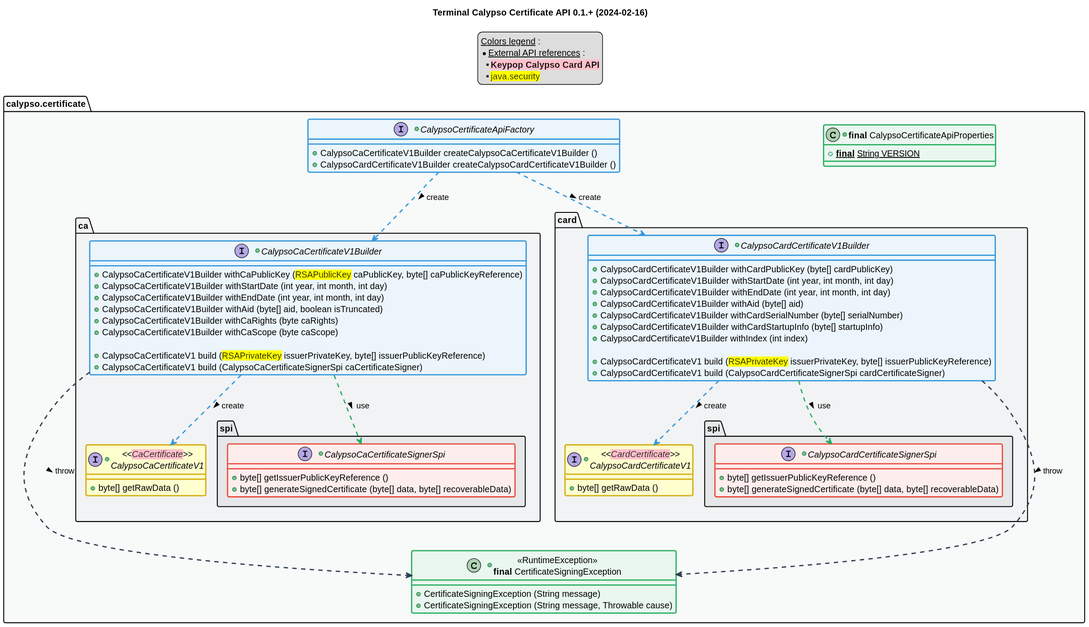
Before: 0.1.0-SNAPSHOT/api_class_diagram.svg, a diagram exported from PlantUML (calypsonet/calypsonet-terminal-calypso-certificate-uml-api).
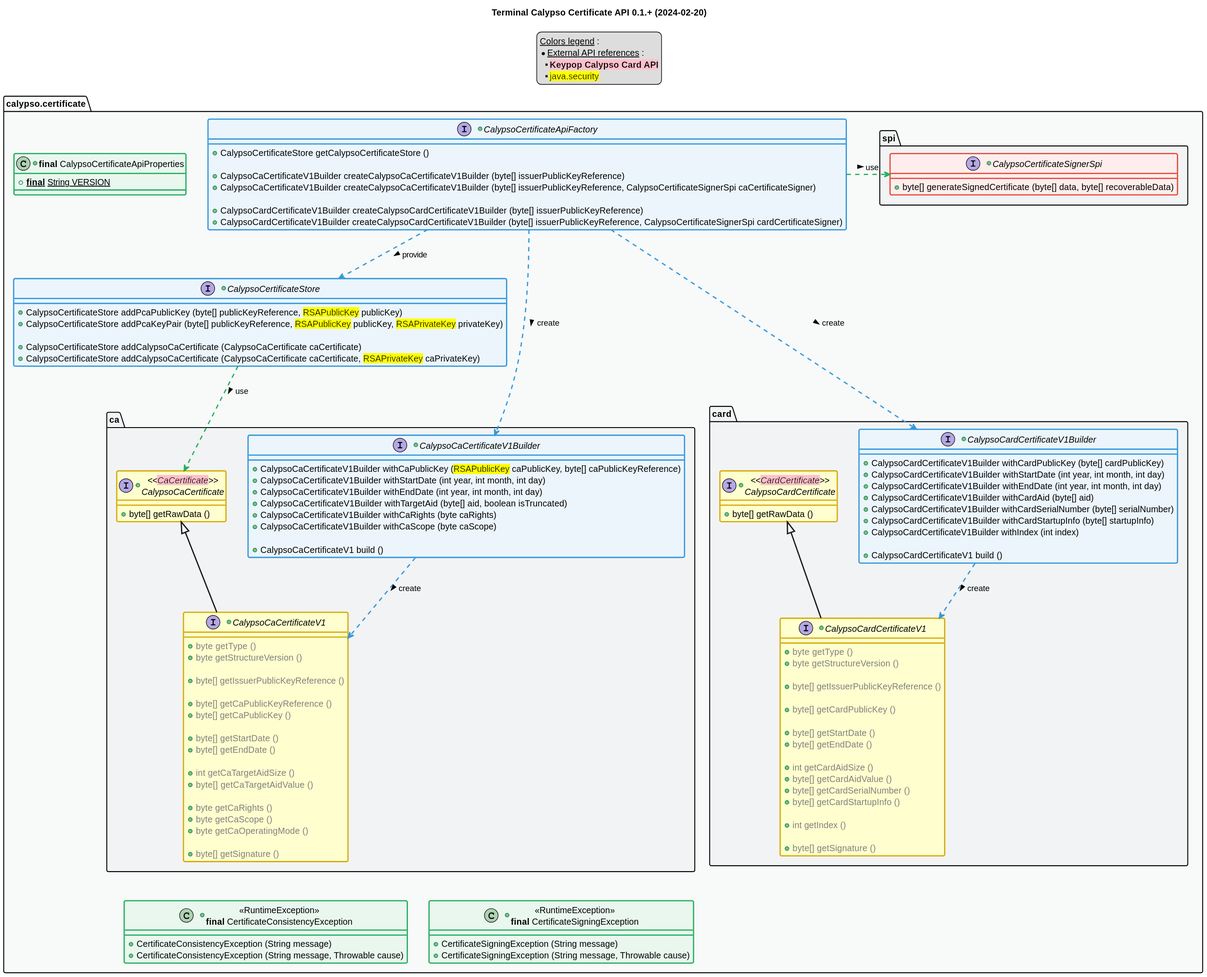
Later version of the same file.

Diff of the diagram source:
```diff
@@ -1,6 +1,6 @@
 @startuml
 title
-    Terminal Calypso Certificate API 0.1.+ (2024-02-16)
+    Terminal Calypso Certificate API 0.1.+ (2024-02-20)
 end title
 
 
@@ -53,29 +53,60 @@
         +{static} **final** String VERSION
     }
     +interface CalypsoCertificateApiFactory <<blue>> {
-        +CalypsoCaCertificateV1Builder createCalypsoCaCertificateV1Builder ()
-        +CalypsoCardCertificateV1Builder  createCalypsoCardCertificateV1Builder ()
+        +CalypsoCertificateStore getCalypsoCertificateStore ()
+
+        +CalypsoCaCertificateV1Builder createCalypsoCaCertificateV1Builder (byte[] issuerPublicKeyReference)
+        +CalypsoCaCertificateV1Builder createCalypsoCaCertificateV1Builder (byte[] issuerPublicKeyReference, CalypsoCertificateSignerSpi caCertificateSigner)
+
+        +CalypsoCardCertificateV1Builder  createCalypsoCardCertificateV1Builder (byte[] issuerPublicKeyReference)
+        +CalypsoCardCertificateV1Builder  createCalypsoCardCertificateV1Builder (byte[] issuerPublicKeyReference, CalypsoCertificateSignerSpi cardCertificateSigner)
+    }
+    +interface CalypsoCertificateStore <<blue>> {
+        +CalypsoCertificateStore addPcaPublicKey (byte[] publicKeyReference, <back:yellow>RSAPublicKey</back> publicKey)
+        +CalypsoCertificateStore addPcaKeyPair (byte[] publicKeyReference, <back:yellow>RSAPublicKey</back> publicKey, <back:yellow>RSAPrivateKey</back> privateKey)
+
+        +CalypsoCertificateStore addCalypsoCaCertificate (CalypsoCaCertificate caCertificate)
+        +CalypsoCertificateStore addCalypsoCaCertificate (CalypsoCaCertificate caCertificate, <back:yellow>RSAPrivateKey</back> caPrivateKey)
+    }
+    package "spi" as spi {
+        +interface CalypsoCertificateSignerSpi <<red>> {
+            +byte[] generateSignedCertificate (byte[] data, byte[] recoverableData)
+        }
     }
     package "ca" as ca {
         +interface CalypsoCaCertificateV1Builder <<blue>> {
             +CalypsoCaCertificateV1Builder withCaPublicKey (<back:yellow>RSAPublicKey</back> caPublicKey, byte[] caPublicKeyReference)
             +CalypsoCaCertificateV1Builder withStartDate (int year, int month, int day)
             +CalypsoCaCertificateV1Builder withEndDate (int year, int month, int day)
-            +CalypsoCaCertificateV1Builder withAid (byte[] aid, boolean isTruncated)
+            +CalypsoCaCertificateV1Builder withTargetAid (byte[] aid, boolean isTruncated)
             +CalypsoCaCertificateV1Builder withCaRights (byte caRights)
             +CalypsoCaCertificateV1Builder withCaScope (byte caScope)
 
-            +CalypsoCaCertificateV1 build (<back:yellow>RSAPrivateKey</back> issuerPrivateKey, byte[] issuerPublicKeyReference)
-            +CalypsoCaCertificateV1 build (CalypsoCaCertificateSignerSpi caCertificateSigner)
+            +CalypsoCaCertificateV1 build ()
         }
-        +interface "<<<back:pink>CaCertificate</back>>>\nCalypsoCaCertificateV1" as CalypsoCaCertificateV1 {
+        +interface "<<<back:pink>CaCertificate</back>>>\nCalypsoCaCertificate" as CalypsoCaCertificate {
             +byte[] getRawData ()
         }
-        package "spi" as caSpi {
-            +interface CalypsoCaCertificateSignerSpi <<red>> {
-                +byte[] getIssuerPublicKeyReference ()
-                +byte[] generateSignedCertificate (byte[] data, byte[] recoverableData)
-            }
+        +interface "CalypsoCaCertificateV1" as CalypsoCaCertificateV1 extends CalypsoCaCertificate {
+            +<color:grey>byte getType ()
+            +<color:grey>byte getStructureVersion ()
+
+            +<color:grey>byte[] getIssuerPublicKeyReference ()
+
+            +<color:grey>byte[] getCaPublicKeyReference ()
+            +<color:grey>byte[] getCaPublicKey ()
+
+            +<color:grey>byte[] getStartDate ()
+            +<color:grey>byte[] getEndDate ()
+
+            +<color:grey>int getCaTargetAidSize ()
+            +<color:grey>byte[] getCaTargetAidValue ()
+
+            +<color:grey>byte getCaRights ()
+            +<color:grey>byte getCaScope ()
+            +<color:grey>byte getCaOperatingMode ()
+
+            +<color:grey>byte[] getSignature ()
         }
     }
     package "card" as card {
@@ -83,49 +114,67 @@
             +CalypsoCardCertificateV1Builder withCardPublicKey (byte[] cardPublicKey)
             +CalypsoCardCertificateV1Builder withStartDate (int year, int month, int day)
             +CalypsoCardCertificateV1Builder withEndDate (int year, int month, int day)
-            +CalypsoCardCertificateV1Builder withAid (byte[] aid)
+            +CalypsoCardCertificateV1Builder withCardAid (byte[] aid)
             +CalypsoCardCertificateV1Builder withCardSerialNumber (byte[] serialNumber)
             +CalypsoCardCertificateV1Builder withCardStartupInfo (byte[] startupInfo)
             +CalypsoCardCertificateV1Builder withIndex (int index)
 
-            +CalypsoCardCertificateV1 build (<back:yellow>RSAPrivateKey</back> issuerPrivateKey, byte[] issuerPublicKeyReference)
-            +CalypsoCardCertificateV1 build (CalypsoCardCertificateSignerSpi cardCertificateSigner)
+            +CalypsoCardCertificateV1 build ()
         }
-        +interface "<<<back:pink>CardCertificate</back>>>\nCalypsoCardCertificateV1" as CalypsoCardCertificateV1 {
+        +interface "<<<back:pink>CardCertificate</back>>>\nCalypsoCardCertificate" as CalypsoCardCertificate {
             +byte[] getRawData ()
         }
-        package "spi" as cardSpi {
-            +interface CalypsoCardCertificateSignerSpi <<red>> {
-                +byte[] getIssuerPublicKeyReference ()
-                +byte[] generateSignedCertificate (byte[] data, byte[] recoverableData)
-            }
+        +interface "CalypsoCardCertificateV1" as CalypsoCardCertificateV1 extends CalypsoCardCertificate {
+            +<color:grey>byte getType ()
+            +<color:grey>byte getStructureVersion ()
+
+            +<color:grey>byte[] getIssuerPublicKeyReference ()
+
+            +<color:grey>byte[] getCardPublicKey ()
+
+            +<color:grey>byte[] getStartDate ()
+            +<color:grey>byte[] getEndDate ()
+
+            +<color:grey>int getCardAidSize ()
+            +<color:grey>byte[] getCardAidValue ()
+            +<color:grey>byte[] getCardSerialNumber ()
+            +<color:grey>byte[] getCardStartupInfo ()
+
+            +<color:grey>int getIndex ()
+
+            +<color:grey>byte[] getSignature ()
         }
     }
     +class "<<RuntimeException>>\n**final** CertificateSigningException" as CertificateSigningException <<green>> {
         +CertificateSigningException (String message)
         +CertificateSigningException (String message, Throwable cause)
     }
+    +class "<<RuntimeException>>\n**final** CertificateConsistencyException" as CertificateConsistencyException <<green>> {
+        +CertificateConsistencyException (String message)
+        +CertificateConsistencyException (String message, Throwable cause)
+    }
 }
 
 
-CalypsoCertificateApiFactory ..> CalypsoCaCertificateV1Builder #C_LINK : create >
-CalypsoCertificateApiFactory ..> CalypsoCardCertificateV1Builder #C_LINK : create >
+CalypsoCertificateApiFactory ..> CalypsoCertificateStore #C_LINK : provide >
+CalypsoCertificateApiFactory ...> CalypsoCaCertificateV1Builder #C_LINK : create >
+CalypsoCertificateApiFactory ...> CalypsoCardCertificateV1Builder #C_LINK : create >
+CalypsoCertificateApiFactory .right.> CalypsoCertificateSignerSpi #C_USE : use >
 
-CalypsoCaCertificateV1Builder ..> CalypsoCaCertificateSignerSpi #C_USE : use >
+CalypsoCertificateStore ..> CalypsoCaCertificate #C_USE : use >
+
 CalypsoCaCertificateV1Builder ..> CalypsoCaCertificateV1 #C_LINK : create >
-CalypsoCaCertificateV1Builder ...> CertificateSigningException #C_THROW : throw >
 
-CalypsoCardCertificateV1Builder ..> CalypsoCardCertificateSignerSpi #C_USE : use >
 CalypsoCardCertificateV1Builder ..> CalypsoCardCertificateV1 #C_LINK : create >
-CalypsoCardCertificateV1Builder ...> CertificateSigningException #C_THROW : throw >
 
 
 
+CalypsoCaCertificateV1 -[hidden]- CertificateConsistencyException
+CertificateConsistencyException -[hidden]right- CertificateSigningException
 
 
 package api #C_GREY1 {}
+package api.spi #C_GREY2 {}
 package api.ca #C_GREY2 {}
-package api.ca.caSpi #C_GREY3 {}
 package api.card #C_GREY2 {}
-package api.card.cardSpi #C_GREY3 {}
 @enduml
```
